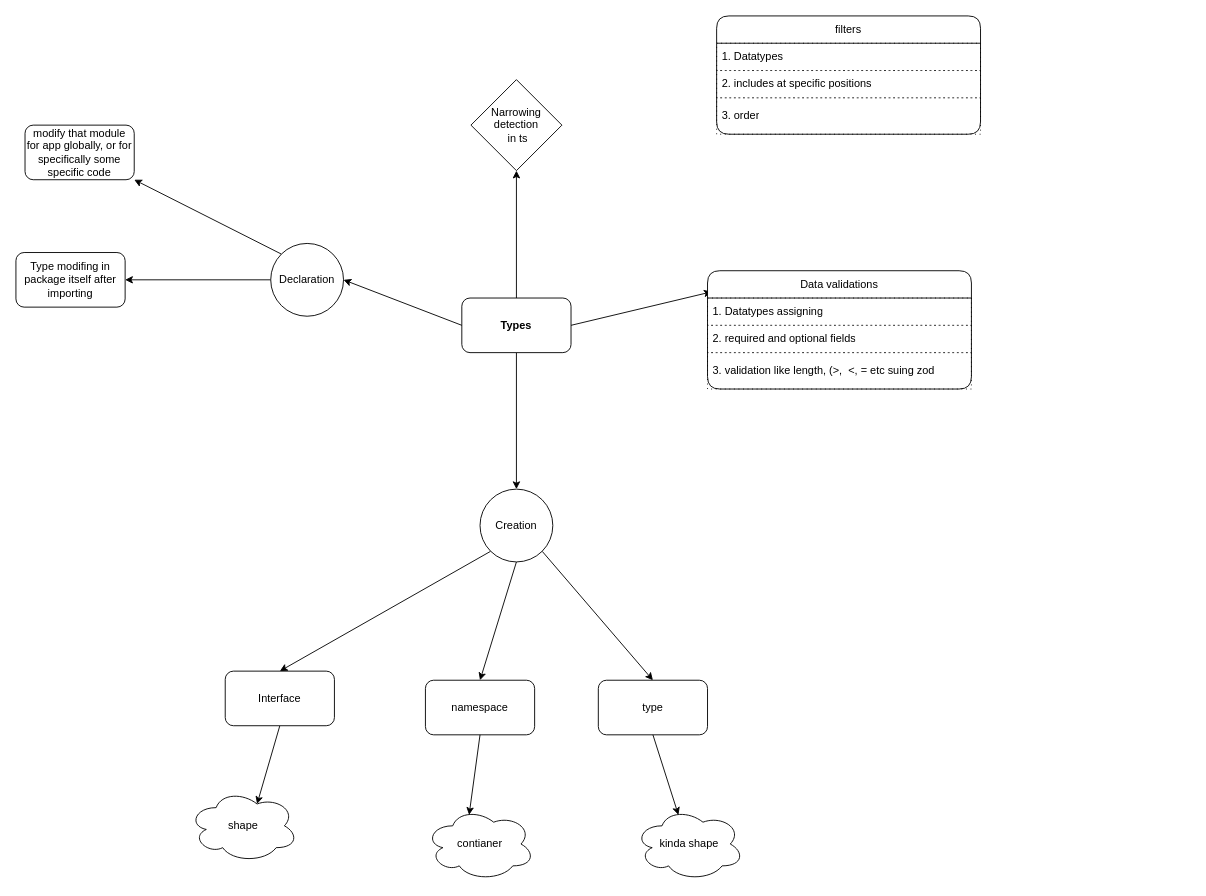
This is programming-langs/types.dio from knpvt5/Programming-Concepts, a draw.io file, before an edit. Source tidied: cells renumbered, new cells numbered last; positions are measured from the earlier drawing's top-left corner, leaving out a move shared by most shapes. Both pictures are drawn from the tidied source at 91%, with x=0, y=0 at pixel (15, 15).
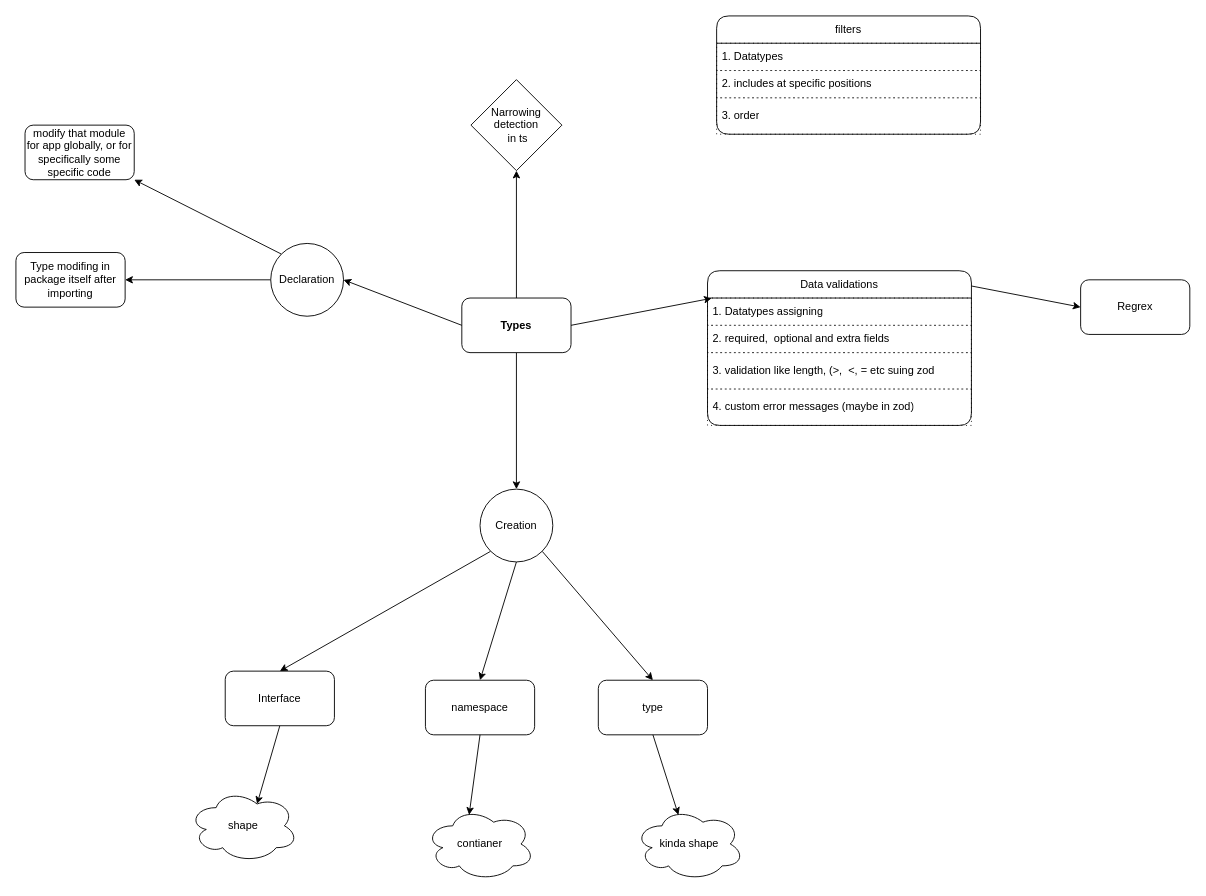
The same diagram, later.

Change to the diagram source:
```diff
@@
+    <mxCell id="34" style="edgeStyle=none;html=1;exitX=0.986;exitY=0.094;exitDx=0;exitDy=0;entryX=0;entryY=0.5;entryDx=0;entryDy=0;exitPerimeter=0;" parent="1" edge="1" source="26" target="36">
+      <mxGeometry relative="1" as="geometry" />
+    </mxCell>
     <mxCell id="26" value="Data validations" style="swimlane;fontStyle=0;horizontal=1;startSize=30;whiteSpace=wrap;html=1;rounded=1;" parent="1" vertex="1">
-      <mxGeometry x="760" y="280" width="290" height="130" as="geometry" />
+      <mxGeometry x="760" y="280" width="290" height="170" as="geometry" />
     </mxCell>
@@
-    <mxCell id="28" value="2. required and optional fields" style="text;strokeColor=default;fillColor=none;align=left;verticalAlign=middle;spacingLeft=4;spacingRight=4;overflow=hidden;whiteSpace=wrap;html=1;dashed=1;dashPattern=1 4;" parent="26" vertex="1">
+    <mxCell id="28" value="2. required,&amp;nbsp; optional and extra fields" style="text;strokeColor=default;fillColor=none;align=left;verticalAlign=middle;spacingLeft=4;spacingRight=4;overflow=hidden;whiteSpace=wrap;html=1;dashed=1;dashPattern=1 4;" parent="26" vertex="1">
       <mxGeometry y="60" width="290" height="30" as="geometry" />
     </mxCell>
@@
+    <mxCell id="35" value="4. custom error messages (maybe in zod)" style="text;strokeColor=default;fillColor=none;align=left;verticalAlign=middle;spacingLeft=4;spacingRight=4;overflow=hidden;whiteSpace=wrap;html=1;dashed=1;dashPattern=1 4;" parent="26" vertex="1">
+      <mxGeometry y="130" width="290" height="40" as="geometry" />
+    </mxCell>
@@
+    <mxCell id="36" value="Regrex" style="rounded=1;whiteSpace=wrap;html=1;" parent="1" vertex="1">
+      <mxGeometry x="1170" y="290" width="120" height="60" as="geometry" />
+    </mxCell>
```
